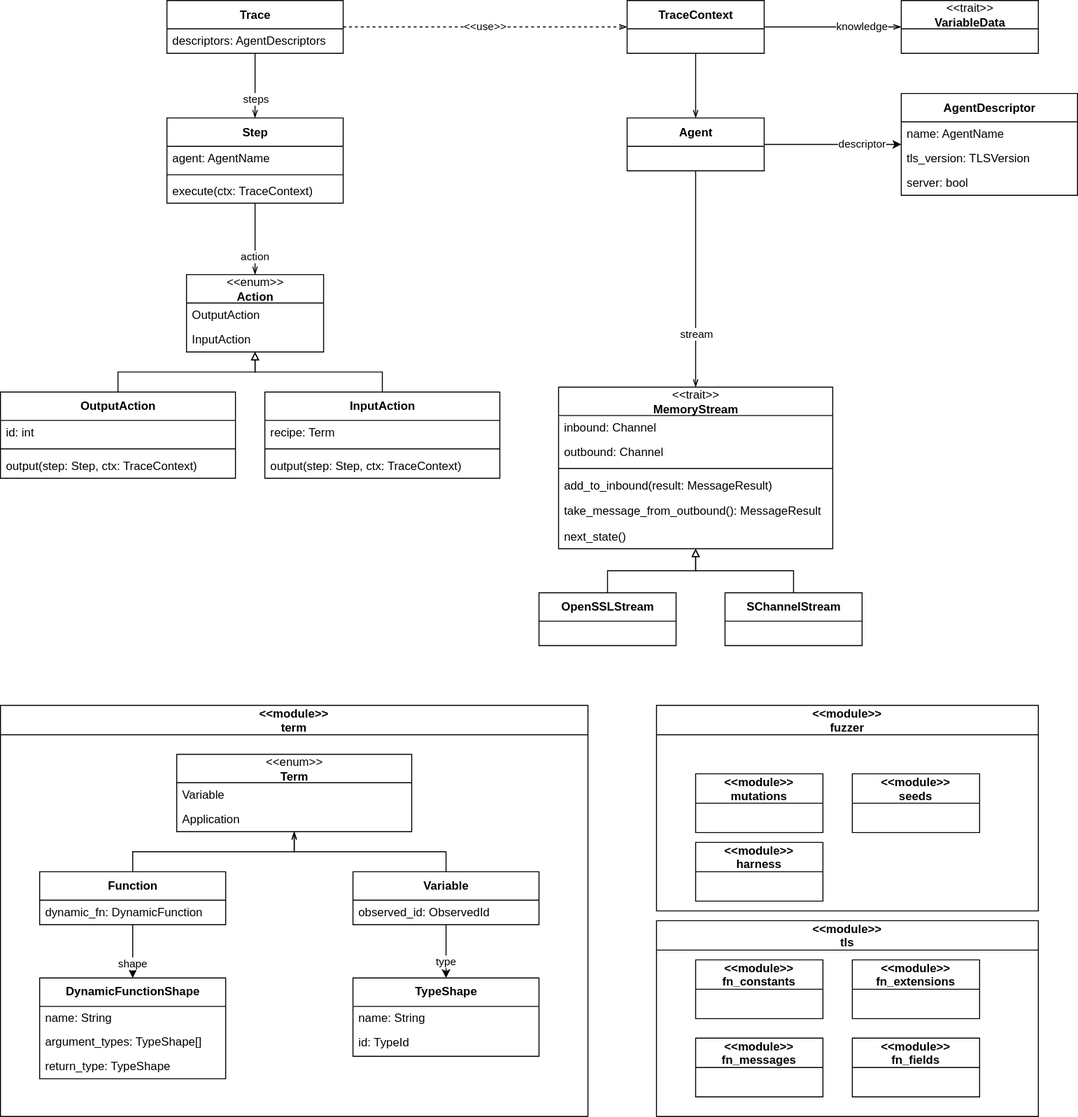
Before: content/posts/2021-06-01-fuzzer-design/class_diagram.drawio.svg, a diagram exported from draw.io (maxammann/blog). Source tidied: cells renumbered, new cells last; positions are measured from the earlier drawing's top-left corner, leaving out a move shared by most shapes.
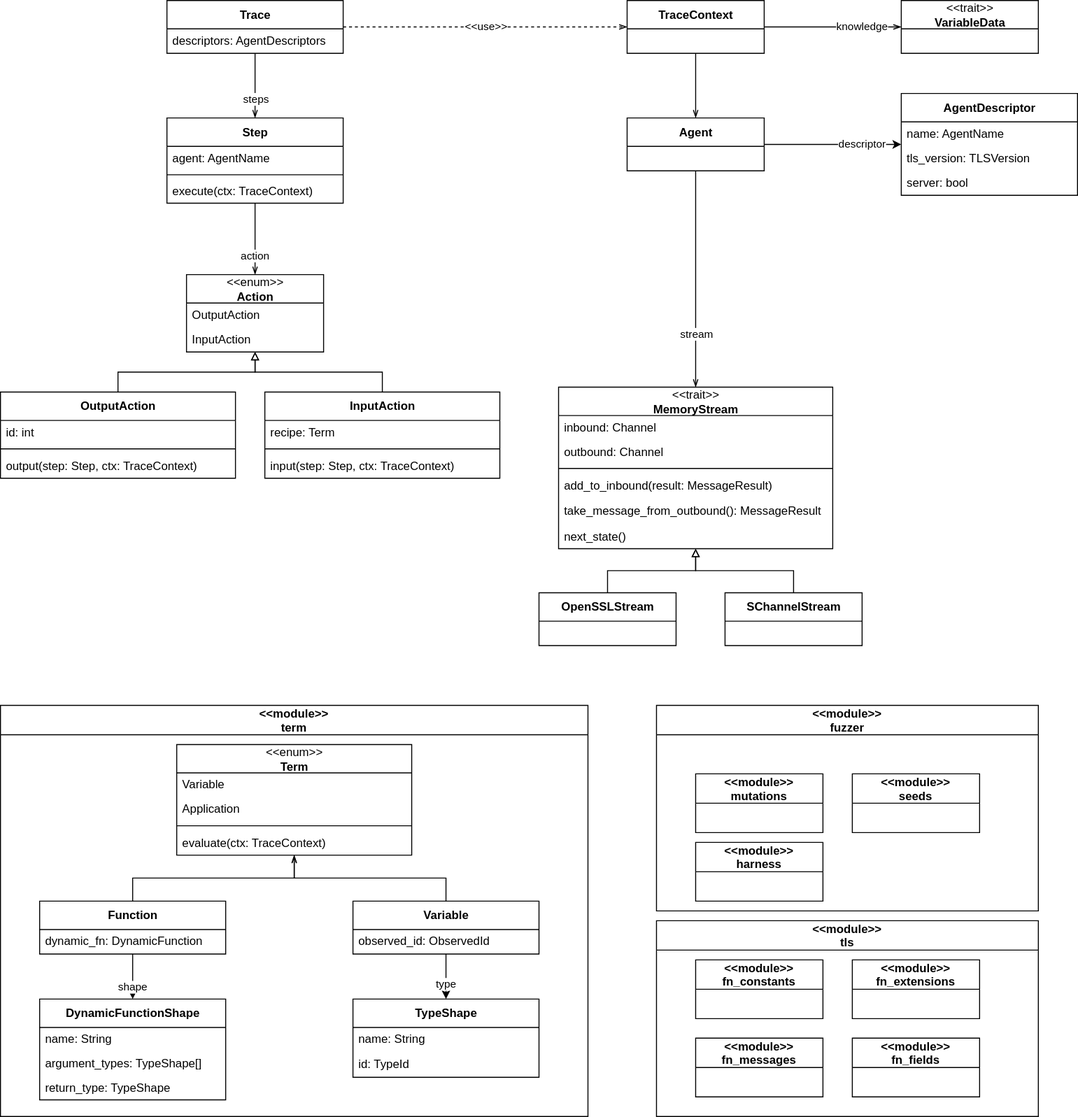
Above is the later version.

The edit, as a diff of the source:
```diff
@@ -85,7 +85,7 @@
     <mxCell id="28" style="line;strokeWidth=1;fillColor=none;align=left;verticalAlign=middle;spacingTop=-1;spacingLeft=3;spacingRight=3;labelPosition=right;" parent="26" vertex="1">
       <mxGeometry y="54" width="240" height="8" as="geometry" />
     </mxCell>
-    <mxCell id="29" value="output(step: Step, ctx: TraceContext)" style="text;strokeColor=none;fillColor=none;align=left;verticalAlign=top;spacingLeft=4;spacingRight=4;overflow=hidden;" parent="26" vertex="1">
+    <mxCell id="29" value="input(step: Step, ctx: TraceContext)" style="text;strokeColor=none;fillColor=none;align=left;verticalAlign=top;spacingLeft=4;spacingRight=4;overflow=hidden;" parent="26" vertex="1">
       <mxGeometry y="62" width="240" height="26" as="geometry" />
     </mxCell>
     <mxCell id="30" style="edgeStyle=orthogonalEdgeStyle;rounded=0;jettySize=auto;html=1;endArrow=openThin;endFill=0;" parent="1" edge="1" source="33" target="13">
@@ -133,7 +133,7 @@
       <mxGeometry y="720" width="600" height="420" as="geometry" />
     </mxCell>
     <mxCell id="44" value="&lt;span style=&quot;font-weight: normal&quot;&gt;&amp;lt;&amp;lt;enum&amp;gt;&amp;gt;&lt;/span&gt;&lt;br&gt;Term" style="swimlane;fontStyle=1;align=center;verticalAlign=middle;horizontal=1;startSize=29;html=1;" parent="43" vertex="1">
-      <mxGeometry x="180" y="50" width="240" height="79" as="geometry" />
+      <mxGeometry x="180" y="40" width="240" height="113" as="geometry" />
     </mxCell>
     <mxCell id="45" value="Variable" style="text;html=1;strokeColor=none;fillColor=none;align=left;verticalAlign=middle;spacingLeft=4;spacingRight=4;overflow=hidden;" parent="44" vertex="1">
       <mxGeometry y="29" width="240" height="25" as="geometry" />
@@ -141,6 +141,12 @@
     <mxCell id="46" value="Application" style="text;html=1;strokeColor=none;fillColor=none;align=left;verticalAlign=middle;spacingLeft=4;spacingRight=4;overflow=hidden;" parent="44" vertex="1">
       <mxGeometry y="54" width="240" height="25" as="geometry" />
     </mxCell>
+    <mxCell id="76" style="line;strokeWidth=1;fillColor=none;align=left;verticalAlign=middle;spacingTop=-1;spacingLeft=3;spacingRight=3;labelPosition=right;" parent="44" vertex="1">
+      <mxGeometry y="79" width="240" height="8" as="geometry" />
+    </mxCell>
+    <mxCell id="77" value="evaluate(ctx: TraceContext)" style="text;strokeColor=none;fillColor=none;align=left;verticalAlign=top;spacingLeft=4;spacingRight=4;overflow=hidden;" parent="44" vertex="1">
+      <mxGeometry y="87" width="240" height="26" as="geometry" />
+    </mxCell>
     <mxCell id="47" value="shape" style="edgeStyle=orthogonalEdgeStyle;rounded=0;jettySize=auto;html=1;" parent="43" edge="1" source="48" target="55">
       <mxGeometry x="0.47" relative="1" as="geometry">
         <Array as="points">
@@ -150,7 +156,7 @@
       </mxGeometry>
     </mxCell>
     <mxCell id="48" value="Function" style="swimlane;fontStyle=1;align=center;verticalAlign=middle;horizontal=1;startSize=29;html=1;" parent="43" vertex="1">
-      <mxGeometry x="40" y="170" width="190" height="54" as="geometry" />
+      <mxGeometry x="40" y="200" width="190" height="54" as="geometry" />
     </mxCell>
     <mxCell id="49" value="dynamic_fn: DynamicFunction" style="text;html=1;strokeColor=none;fillColor=none;align=left;verticalAlign=middle;spacingLeft=4;spacingRight=4;overflow=hidden;" parent="48" vertex="1">
       <mxGeometry y="29" width="190" height="25" as="geometry" />
@@ -164,7 +170,7 @@
       </mxGeometry>
     </mxCell>
     <mxCell id="51" value="Variable" style="swimlane;fontStyle=1;align=center;verticalAlign=middle;horizontal=1;startSize=29;html=1;" parent="43" vertex="1">
-      <mxGeometry x="360" y="170" width="190" height="54" as="geometry" />
+      <mxGeometry x="360" y="200" width="190" height="54" as="geometry" />
     </mxCell>
     <mxCell id="52" value="observed_id:&amp;nbsp;ObservedId" style="text;html=1;strokeColor=none;fillColor=none;align=left;verticalAlign=middle;spacingLeft=4;spacingRight=4;overflow=hidden;" parent="51" vertex="1">
       <mxGeometry y="29" width="190" height="25" as="geometry" />
@@ -176,7 +182,7 @@
       <mxGeometry x="0.43" relative="1" as="geometry" />
     </mxCell>
     <mxCell id="55" value="&lt;span style=&quot;text-align: left&quot;&gt;DynamicFunctionShape&lt;/span&gt;" style="swimlane;fontStyle=1;align=center;verticalAlign=middle;horizontal=1;startSize=29;html=1;" parent="43" vertex="1">
-      <mxGeometry x="40" y="278.5" width="190" height="103" as="geometry" />
+      <mxGeometry x="40" y="300" width="190" height="103" as="geometry" />
     </mxCell>
     <mxCell id="56" value="name: String" style="text;html=1;strokeColor=none;fillColor=none;align=left;verticalAlign=middle;spacingLeft=4;spacingRight=4;overflow=hidden;" parent="55" vertex="1">
       <mxGeometry y="29" width="190" height="24" as="geometry" />
@@ -188,7 +194,7 @@
       <mxGeometry y="78" width="190" height="25" as="geometry" />
     </mxCell>
     <mxCell id="59" value="&lt;span style=&quot;text-align: left&quot;&gt;TypeShape&lt;/span&gt;" style="swimlane;fontStyle=1;align=center;verticalAlign=middle;horizontal=1;startSize=29;html=1;" parent="43" vertex="1">
-      <mxGeometry x="360" y="278.5" width="190" height="80" as="geometry" />
+      <mxGeometry x="360" y="300" width="190" height="80" as="geometry" />
     </mxCell>
     <mxCell id="60" value="name: String" style="text;html=1;strokeColor=none;fillColor=none;align=left;verticalAlign=middle;spacingLeft=4;spacingRight=4;overflow=hidden;" parent="59" vertex="1">
       <mxGeometry y="29" width="190" height="24" as="geometry" />
```
